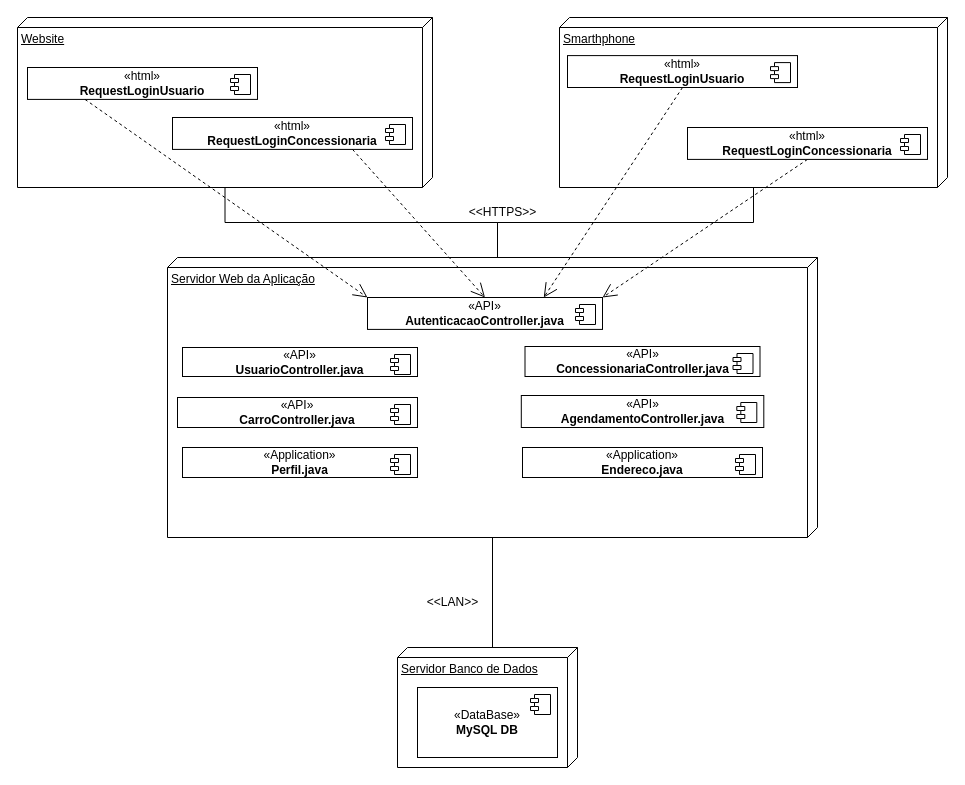
Before: drawio/diagrama_de_implantacao_unidrive.drawio in elian-roventini/ModeloUML, a draw.io diagram. Source tidied: cells renumbered, new cells numbered last; positions are measured from the earlier drawing's top-left corner, leaving out a move shared by most shapes. Both pictures are drawn from the tidied source at 100%, with x=0, y=0 at pixel (17, 17).
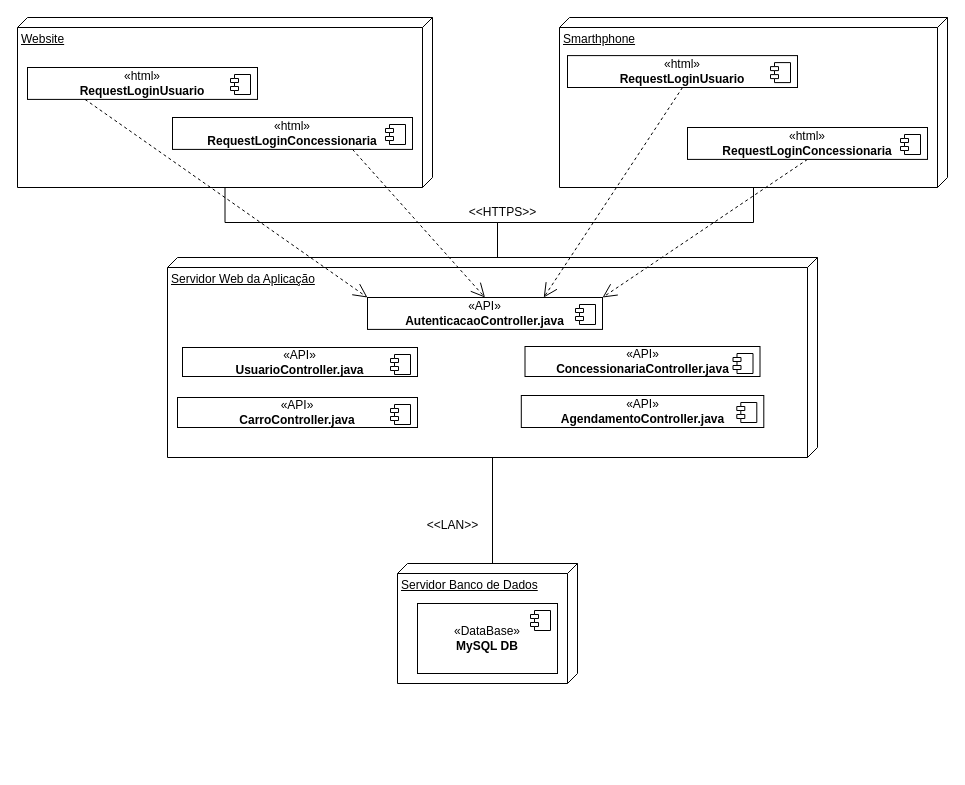
After the change.

Diff of the diagram source:
```diff
@@
     <mxCell id="3" value="Servidor Web da Aplicação" style="verticalAlign=top;align=left;spacingTop=8;spacingLeft=2;spacingRight=12;shape=cube;size=10;direction=south;fontStyle=4;html=1;whiteSpace=wrap;" parent="1" vertex="1">
-      <mxGeometry x="150" y="240" width="650" height="280" as="geometry" />
+      <mxGeometry x="150" y="240" width="650" height="200" as="geometry" />
     </mxCell>
     <mxCell id="4" value="Servidor Banco de Dados" style="verticalAlign=top;align=left;spacingTop=8;spacingLeft=2;spacingRight=12;shape=cube;size=10;direction=south;fontStyle=4;html=1;whiteSpace=wrap;" parent="1" vertex="1">
-      <mxGeometry x="380" y="630" width="180" height="120" as="geometry" />
+      <mxGeometry x="380" y="546" width="180" height="120" as="geometry" />
     </mxCell>
     <mxCell id="5" value="«DataBase»&lt;br&gt;&lt;b&gt;MySQL DB&lt;/b&gt;" style="html=1;whiteSpace=wrap;" parent="1" vertex="1">
-      <mxGeometry x="400" y="670" width="140" height="70" as="geometry" />
+      <mxGeometry x="400" y="586" width="140" height="70" as="geometry" />
     </mxCell>
@@
     <mxCell id="27" value="&amp;lt;&amp;lt;LAN&amp;gt;&amp;gt;" style="text;html=1;align=center;verticalAlign=middle;strokeColor=none;fillColor=none;" parent="1" vertex="1">
-      <mxGeometry x="400" y="570" width="70" height="30" as="geometry" />
+      <mxGeometry x="400" y="493" width="70" height="30" as="geometry" />
     </mxCell>
@@
-    <mxCell id="32" value="«Application»&lt;br style=&quot;border-color: var(--border-color);&quot;&gt;&lt;b style=&quot;border-color: var(--border-color);&quot;&gt;Perfil.java&lt;/b&gt;" style="html=1;whiteSpace=wrap;" parent="1" vertex="1">
-      <mxGeometry x="165" y="430" width="235" height="30" as="geometry" />
-    </mxCell>
-    <mxCell id="33" style="shape=module;jettyWidth=8;jettyHeight=4;" parent="32" vertex="1">
-      <mxGeometry x="1" width="20" height="20" relative="1" as="geometry">
-        <mxPoint x="-27" y="7" as="offset" />
-      </mxGeometry>
-    </mxCell>
-    <mxCell id="34" value="«Application»&lt;br&gt;&lt;b&gt;Endereco.java&lt;/b&gt;" style="html=1;whiteSpace=wrap;" parent="1" vertex="1">
-      <mxGeometry x="505" y="430" width="240" height="30" as="geometry" />
-    </mxCell>
-    <mxCell id="35" style="shape=module;jettyWidth=8;jettyHeight=4;" parent="34" vertex="1">
-      <mxGeometry x="1" width="20" height="20" relative="1" as="geometry">
-        <mxPoint x="-27" y="7" as="offset" />
-      </mxGeometry>
-    </mxCell>
```
